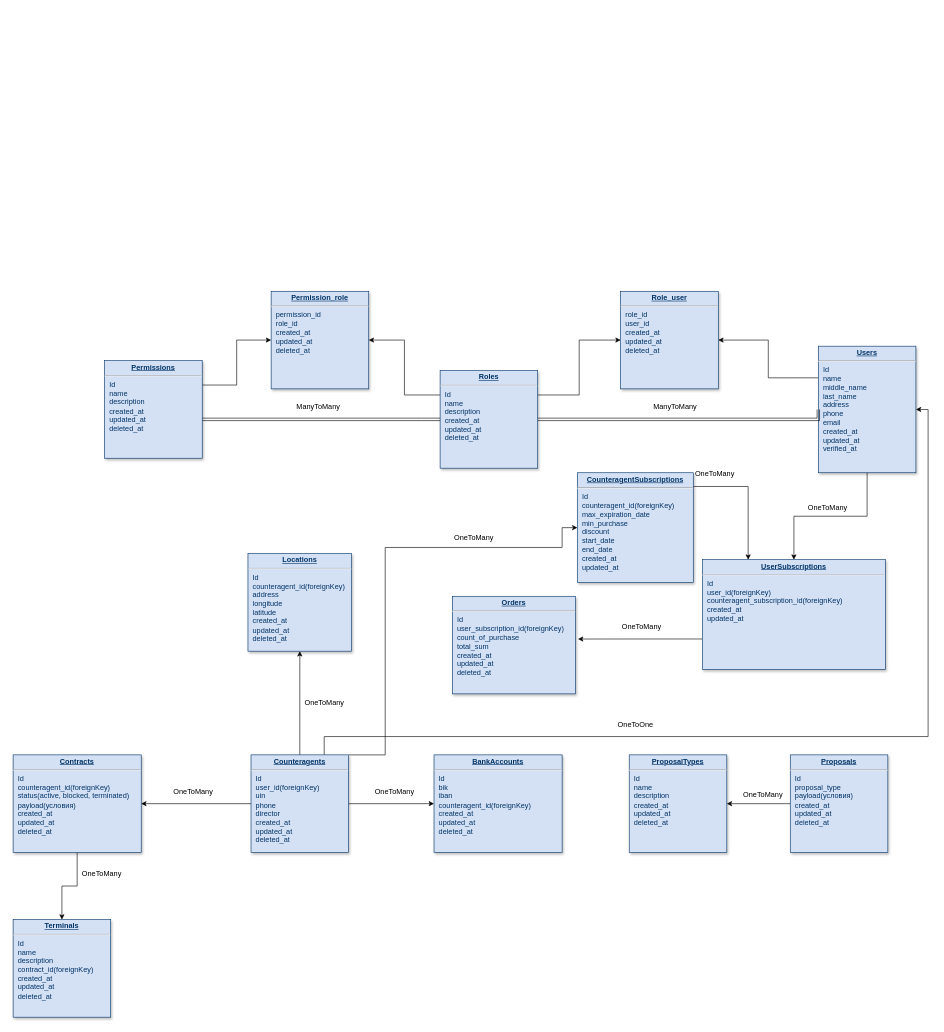
Above: ilil.drawio in yerlanbey/drawio-diagram (draw.io), before the change. Source tidied: cells renumbered, new cells numbered last; positions are measured from the earlier drawing's top-left corner, leaving out a move shared by most shapes. Both pictures are drawn from the tidied source at 61%, with x=0, y=0 at pixel (13, 291).
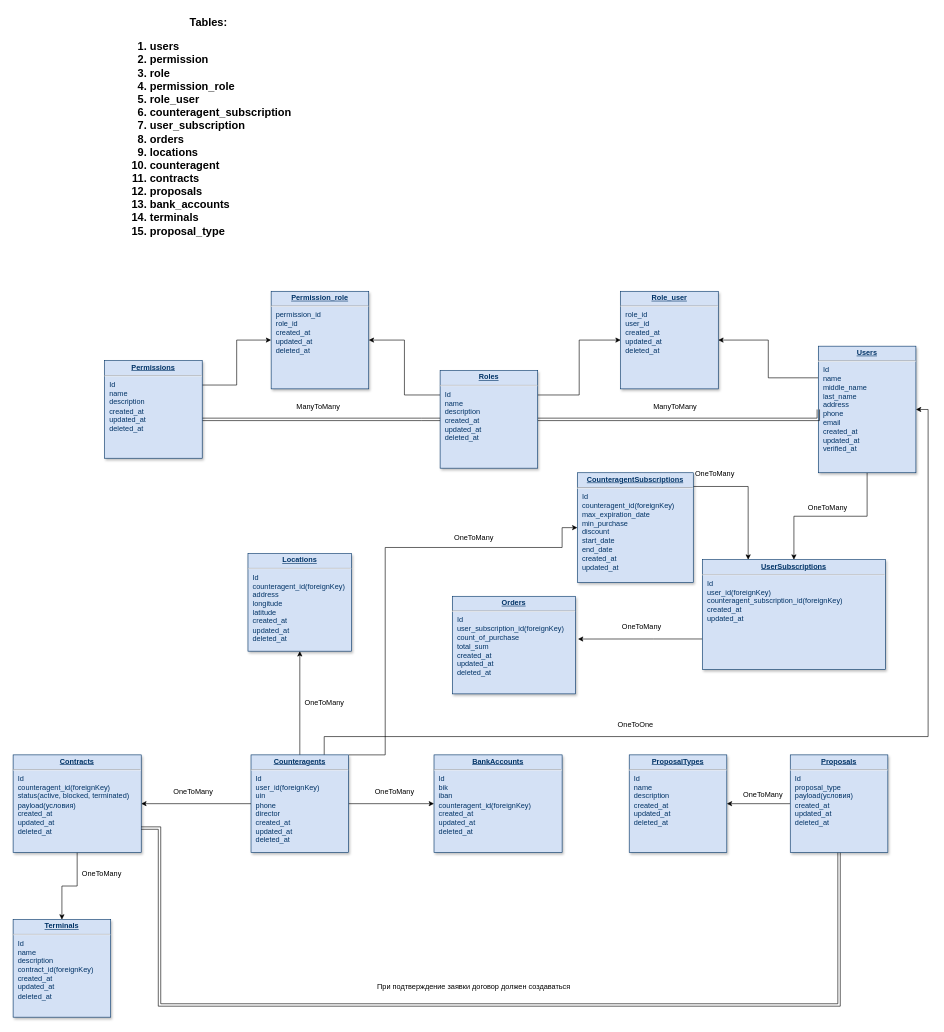
Above is the later version.

The change refers to these unchanged cells:
```xml
<mxCell id="20" value="&lt;p style=&quot;margin: 0px; margin-top: 4px; text-align: center; text-decoration: underline;&quot;&gt;&lt;b&gt;Contracts&lt;/b&gt;&lt;/p&gt;&lt;hr&gt;&lt;p style=&quot;margin: 0px; margin-left: 8px;&quot;&gt;Id&lt;/p&gt;&lt;p style=&quot;margin: 0px; margin-left: 8px;&quot;&gt;counteragent_id(foreignKey)&lt;/p&gt;&lt;p style=&quot;margin: 0px; margin-left: 8px;&quot;&gt;status(active, blocked, terminated)&lt;/p&gt;&lt;p style=&quot;margin: 0px; margin-left: 8px;&quot;&gt;payload(условия)&lt;/p&gt;&lt;p style=&quot;margin: 0px; margin-left: 8px;&quot;&gt;created_at&lt;/p&gt;&lt;p style=&quot;margin: 0px; margin-left: 8px;&quot;&gt;updated_at&lt;/p&gt;&lt;p style=&quot;margin: 0px; margin-left: 8px;&quot;&gt;deleted_at&lt;/p&gt;" style="verticalAlign=top;align=left;overflow=fill;fontSize=12;fontFamily=Helvetica;html=1;strokeColor=#003366;shadow=1;fillColor=#D4E1F5;fontColor=#003366;" parent="1" vertex="1">
  <mxGeometry y="760" width="210" height="160" as="geometry" />
</mxCell>
<mxCell id="22" value="&lt;p style=&quot;margin: 0px; margin-top: 4px; text-align: center; text-decoration: underline;&quot;&gt;&lt;b&gt;Proposals&lt;/b&gt;&lt;/p&gt;&lt;hr&gt;&lt;p style=&quot;margin: 0px; margin-left: 8px;&quot;&gt;Id&lt;/p&gt;&lt;p style=&quot;margin: 0px; margin-left: 8px;&quot;&gt;proposal_type&lt;/p&gt;&lt;p style=&quot;margin: 0px; margin-left: 8px;&quot;&gt;payload(условия)&lt;/p&gt;&lt;p style=&quot;margin: 0px; margin-left: 8px;&quot;&gt;created_at&lt;/p&gt;&lt;p style=&quot;margin: 0px; margin-left: 8px;&quot;&gt;updated_at&lt;/p&gt;&lt;p style=&quot;margin: 0px; margin-left: 8px;&quot;&gt;deleted_at&lt;/p&gt;" style="verticalAlign=top;align=left;overflow=fill;fontSize=12;fontFamily=Helvetica;html=1;strokeColor=#003366;shadow=1;fillColor=#D4E1F5;fontColor=#003366;" parent="1" vertex="1">
  <mxGeometry x="1274" y="760" width="160" height="160" as="geometry" />
</mxCell>
```

Change to the diagram source:
```diff
@@
+    <mxCell id="45" style="edgeStyle=orthogonalEdgeStyle;rounded=0;jettySize=auto;html=1;entryX=1;entryY=0.75;entryDx=0;entryDy=0;shape=link;" parent="1" edge="1" source="22" target="20">
+      <mxGeometry relative="1" as="geometry">
+        <Array as="points">
+          <mxPoint x="1354" y="1170" />
+          <mxPoint x="240" y="1170" />
+          <mxPoint x="240" y="880" />
+        </Array>
+      </mxGeometry>
+    </mxCell>
@@
+    <mxCell id="46" value="При подтверждение заявки договор должен создаваться" style="text;html=1;align=center;verticalAlign=middle;strokeColor=none;fillColor=none;" parent="1" vertex="1">
+      <mxGeometry x="585" y="1125" width="340" height="30" as="geometry" />
+    </mxCell>
+    <mxCell id="47" value="&lt;font style=&quot;font-size: 18px;&quot;&gt;&lt;b&gt;Tables:&lt;br&gt;&lt;ol&gt;&lt;li style=&quot;text-align: left;&quot;&gt;users&lt;/li&gt;&lt;li style=&quot;text-align: left;&quot;&gt;permission&lt;/li&gt;&lt;li style=&quot;text-align: left;&quot;&gt;role&lt;/li&gt;&lt;li style=&quot;text-align: left;&quot;&gt;permission_role&lt;/li&gt;&lt;li style=&quot;text-align: left;&quot;&gt;role_user&lt;/li&gt;&lt;li style=&quot;text-align: left;&quot;&gt;counteragent_subscription&lt;/li&gt;&lt;li style=&quot;text-align: left;&quot;&gt;user_subscription&lt;/li&gt;&lt;li style=&quot;text-align: left;&quot;&gt;orders&lt;/li&gt;&lt;li style=&quot;text-align: left;&quot;&gt;locations&lt;/li&gt;&lt;li style=&quot;text-align: left;&quot;&gt;counteragent&lt;/li&gt;&lt;li style=&quot;text-align: left;&quot;&gt;contracts&lt;/li&gt;&lt;li style=&quot;text-align: left;&quot;&gt;proposals&lt;/li&gt;&lt;li style=&quot;text-align: left;&quot;&gt;bank_accounts&lt;/li&gt;&lt;li style=&quot;text-align: left;&quot;&gt;terminals&lt;/li&gt;&lt;li style=&quot;text-align: left;&quot;&gt;proposal_type&lt;/li&gt;&lt;/ol&gt;&lt;/b&gt;&lt;/font&gt;" style="text;html=1;align=center;verticalAlign=middle;strokeColor=none;fillColor=none;" parent="1" vertex="1">
+      <mxGeometry x="170" y="-460" width="300" height="400" as="geometry" />
+    </mxCell>
```
